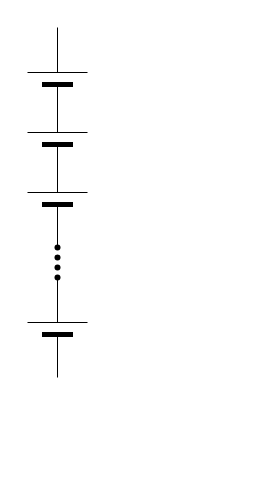
Earlier version of the draw.io diagram WholeCircuit.drawio (ST04-tkmr/drawio_Schematics). Source tidied: cells renumbered, new cells numbered last; positions are measured from the earlier drawing's top-left corner, leaving out a move shared by most shapes. Both pictures are drawn from the tidied source at 100%, with x=0, y=0 at pixel (7, 47).
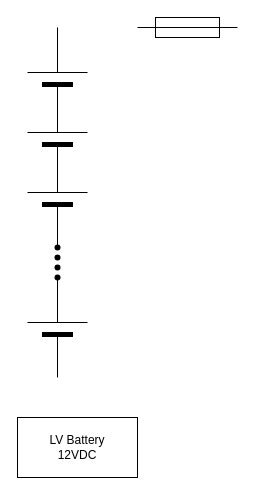
The same page after the edit.

Commit message:
WholeCircuit.drawio を更新します

Diff of the diagram source:
```diff
@@
 <mxGraphModel>
   <root>
     <mxCell id="0" />
     <mxCell id="1" parent="0" />
     <mxCell id="2" style="verticalLabelPosition=bottom;shadow=0;dashed=0;align=center;fillColor=strokeColor;html=1;verticalAlign=top;strokeWidth=1;shape=mxgraph.electrical.miscellaneous.monocell_battery;rotation=-90;" parent="1" vertex="1">
       <mxGeometry y="120" width="100" height="60" as="geometry" />
     </mxCell>
     <mxCell id="3" style="verticalLabelPosition=bottom;shadow=0;dashed=0;align=center;fillColor=strokeColor;html=1;verticalAlign=top;strokeWidth=1;shape=mxgraph.electrical.miscellaneous.monocell_battery;rotation=-90;" parent="1" vertex="1">
       <mxGeometry y="60" width="100" height="60" as="geometry" />
     </mxCell>
     <mxCell id="4" style="verticalLabelPosition=bottom;shadow=0;dashed=0;align=center;fillColor=strokeColor;html=1;verticalAlign=top;strokeWidth=1;shape=mxgraph.electrical.miscellaneous.monocell_battery;rotation=-90;" parent="1" vertex="1">
       <mxGeometry width="100" height="60" as="geometry" />
     </mxCell>
     <mxCell id="5" style="shape=waypoint;sketch=0;fillStyle=solid;size=6;fillColor=none;perimeter=centerPerimeter;" parent="1" vertex="1">
       <mxGeometry x="40" y="190" width="20" height="20" as="geometry" />
     </mxCell>
     <mxCell id="6" style="shape=waypoint;sketch=0;fillStyle=solid;size=6;fillColor=none;perimeter=centerPerimeter;" parent="1" vertex="1">
       <mxGeometry x="40" y="200" width="20" height="20" as="geometry" />
     </mxCell>
     <mxCell id="7" style="shape=waypoint;sketch=0;fillStyle=solid;size=6;fillColor=none;perimeter=centerPerimeter;" parent="1" vertex="1">
       <mxGeometry x="40" y="210" width="20" height="20" as="geometry" />
     </mxCell>
     <mxCell id="8" style="shape=waypoint;sketch=0;fillStyle=solid;size=6;fillColor=none;perimeter=centerPerimeter;" parent="1" vertex="1">
       <mxGeometry x="40" y="220" width="20" height="20" as="geometry" />
     </mxCell>
     <mxCell id="9" style="verticalLabelPosition=bottom;shadow=0;dashed=0;align=center;fillColor=strokeColor;html=1;verticalAlign=top;strokeWidth=1;shape=mxgraph.electrical.miscellaneous.monocell_battery;rotation=-90;" parent="1" vertex="1">
       <mxGeometry y="250" width="100" height="60" as="geometry" />
     </mxCell>
+    <mxCell id="10" style="verticalLabelPosition=bottom;shadow=0;dashed=0;align=center;html=1;verticalAlign=top;shape=mxgraph.electrical.miscellaneous.fuse_2;" parent="1" vertex="1">
+      <mxGeometry x="130" y="-30" width="100" height="20" as="geometry" />
+    </mxCell>
+    <mxCell id="11" value="LV Battery&lt;br&gt;12VDC" style="rounded=0;whiteSpace=wrap;html=1;" parent="1" vertex="1">
+      <mxGeometry x="10" y="370" width="120" height="60" as="geometry" />
+    </mxCell>
   </root>
 </mxGraphModel>
```
